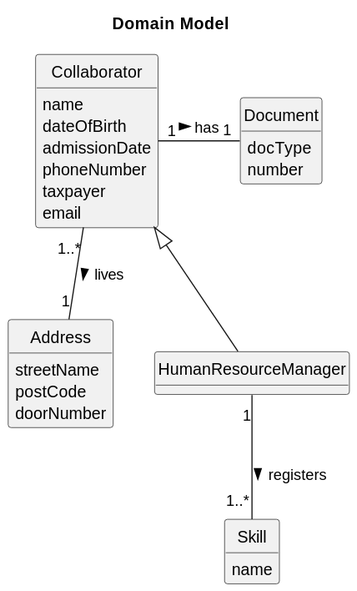
The PlantUML diagram docs/sprint3/us28/02.analysis/svg/us28-domain-model.svg in Departamento-de-Engenharia-Informatica/lei-24-s2-1db-g022, before a commit.
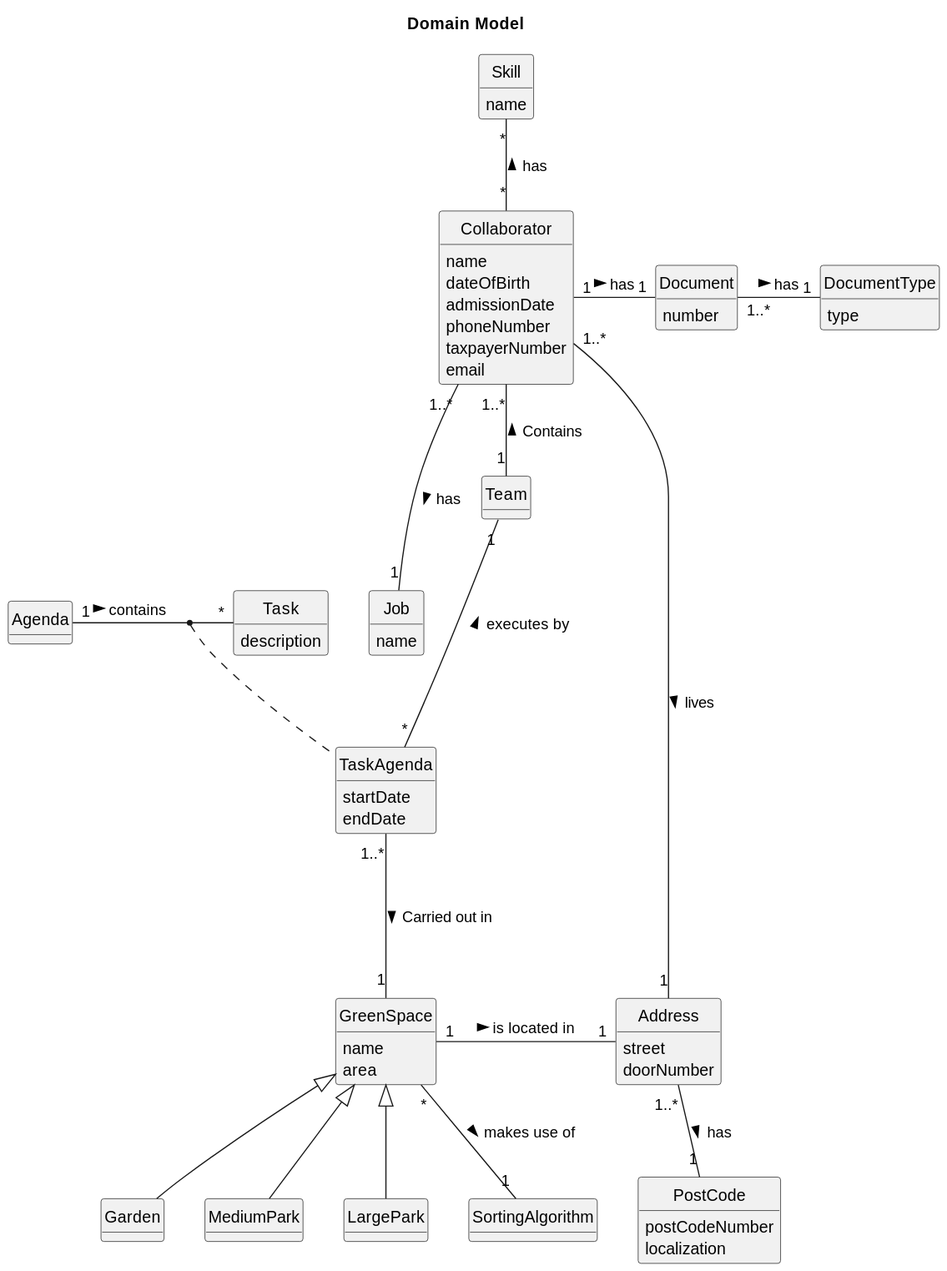
Later version of the same file.

What changed in the source:
```diff
@@ -8,40 +8,81 @@
 
 title Domain Model
 
-
 class Collaborator {
     name
     dateOfBirth
     admissionDate
     phoneNumber
-    taxpayer
+    taxpayerNumber
     email
 }
 
 class Document{
-    docType
     number
 }
 
+class DocumentType{
+    type
+}
+
 class Address {
-    streetName
-    postCode
+    street
     doorNumber
 }
 
-
-class HumanResourceManager {
+class PostCode{
+    postCodeNumber
+    localization
 }
 
 class Skill{
     name
 }
 
+class Job{
+    name
+}
+
+class Team{
+}
+
+class GreenSpace {
+    name
+    area
+}
+
+class TaskAgenda{
+    startDate
+    endDate
+}
+
+class Task {
+    description
+}
+
+class Agenda{
+}
+
+Address "1..*" -- "1" PostCode : has >
+
+Document "1..*" - "1" DocumentType : has >
+
 Collaborator "1" - "1" Document : has >
+Collaborator "1..*" --- "1" Job : has >
+Address "1" - "1..*" Collaborator : lives <
+Skill "*" -- "*" Collaborator : has <
+Collaborator "1..*" -- "1" Team : Contains <
 
-Collaborator "1..*" -- "1" Address : lives >
+GreenSpace "1" - "1" Address : is located in >
+GreenSpace <|-- Garden
+GreenSpace <|-- MediumPark
+GreenSpace <|-- LargePark
+GreenSpace "*" -- "1" SortingAlgorithm : makes use of >
 
-Collaborator  <|--  HumanResourceManager
+TaskAgenda "1..*" --- "1" GreenSpace :  Carried out in  >
 
-HumanResourceManager "1" -- "1..*" Skill : registers >
+Team "1" --- "*" TaskAgenda : executes by <
+Agenda "1" - "*" Task : contains >
+
+(Task,Agenda) .. TaskAgenda
 @enduml
```
